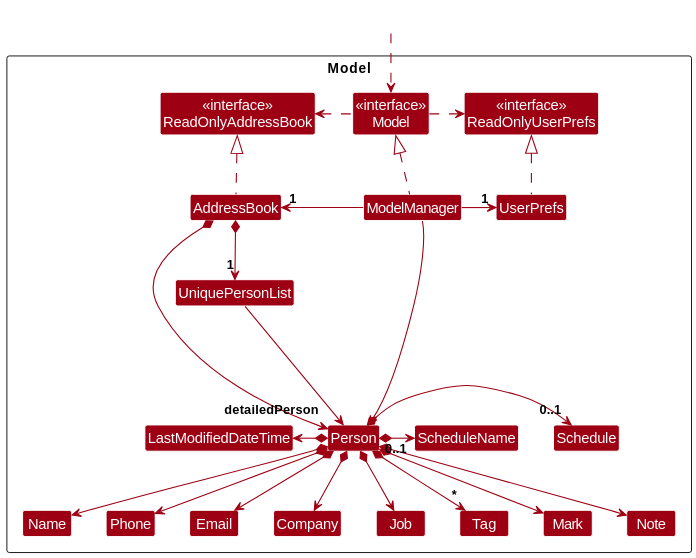
Earlier version of the PlantUML export docs/images/ModelClassDiagram.svg (xavierpok/tp).
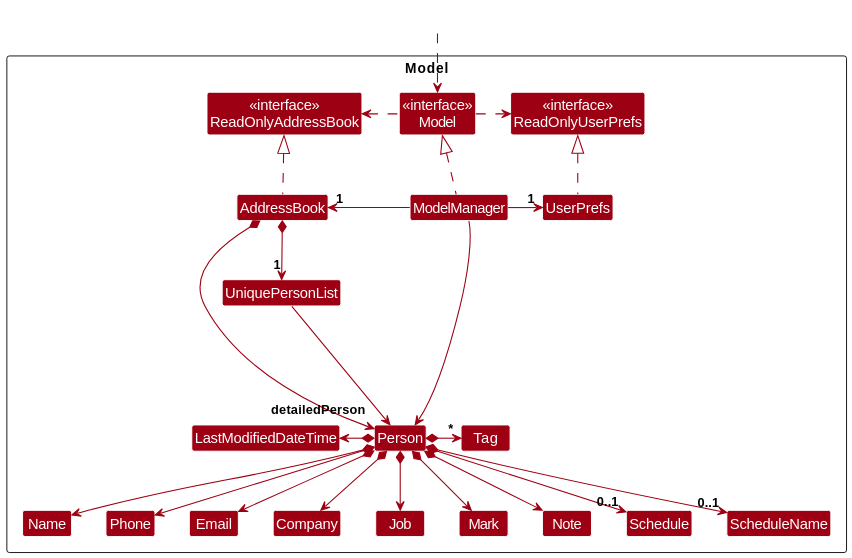
After the change.

Change to the diagram source:
```diff
@@ -49,12 +49,12 @@
 Person *--> Email
 Person *--> Company
 Person *--> Job
-Person *--> "*" Tag
+Person *-right> "*" Tag
 Person *--> Mark
 Person *-left> LastModifiedDateTime
 Person *--> Note
-Person *-right> "0..1" Schedule
-Person *-right> "0..1" ScheduleName
+Person *--> "0..1" Schedule
+Person *--> "0..1" ScheduleName
 
 Person -[hidden]up--> I
 UniquePersonList -[hidden]right-> I
```
